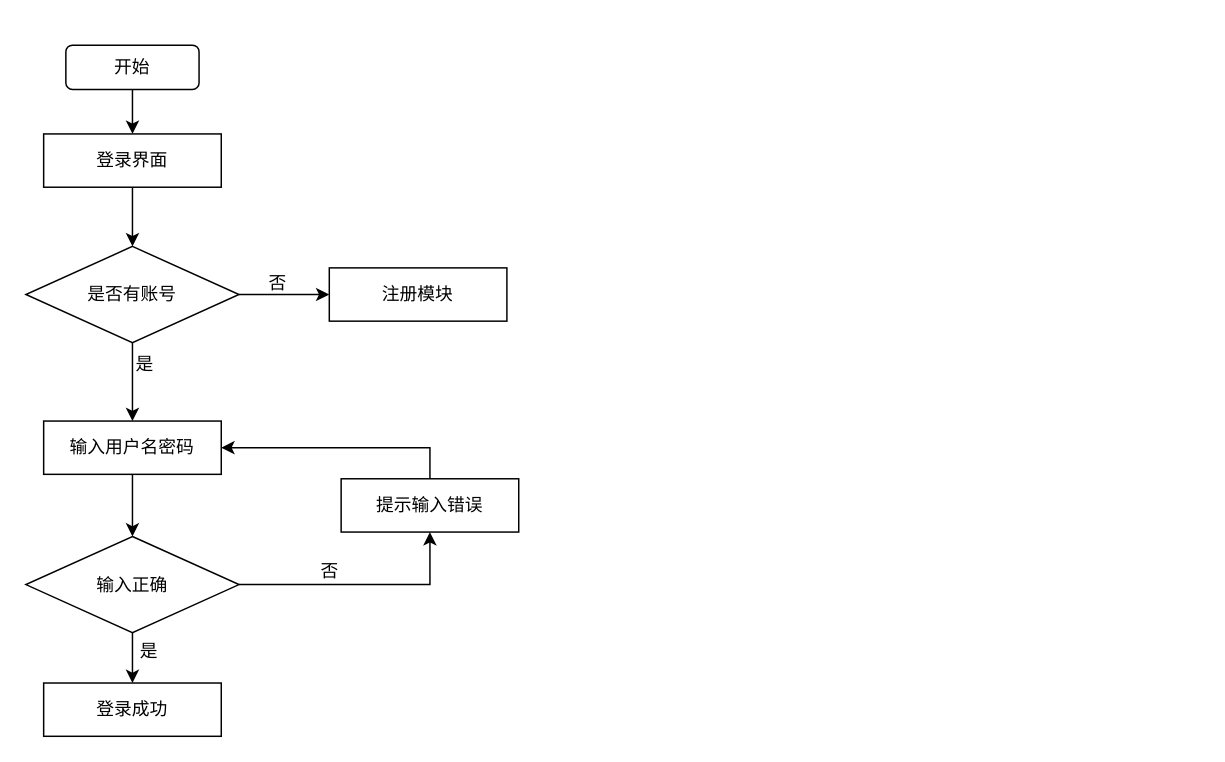
Before: pic/用户注册.drawio in ZYNsama666/Software_engineering, a draw.io diagram. Source tidied: cells renumbered, new cells numbered last; positions are measured from the earlier drawing's top-left corner, leaving out a move shared by most shapes. Both pictures are drawn from the tidied source at 148%, with x=0, y=0 at pixel (25, 44).
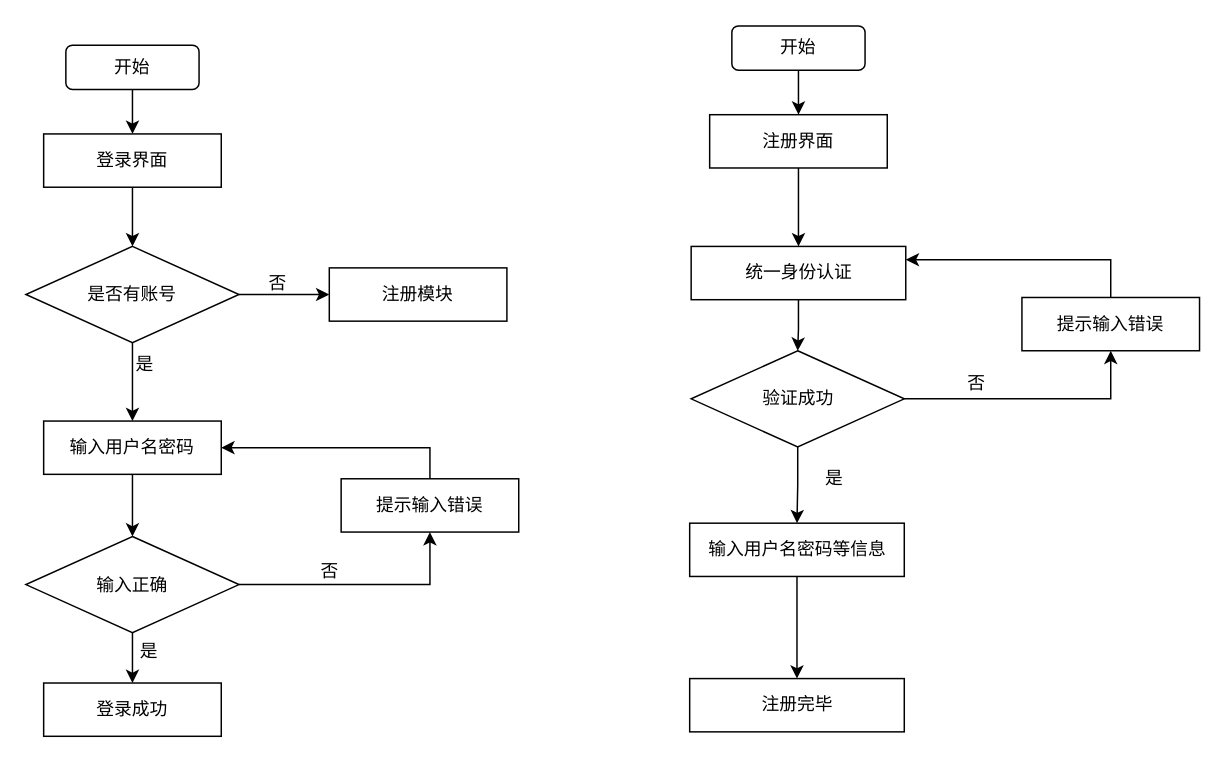
The same page after the edit.

Commit message (it also covers changes not shown here):
更新用户注册.drawio

What changed in the source:
```diff
@@
+    <mxCell id="22" style="edgeStyle=orthogonalEdgeStyle;rounded=0;jettySize=auto;html=1;entryX=0.5;entryY=0;entryDx=0;entryDy=0;" parent="1" edge="1" source="23" target="25">
+      <mxGeometry relative="1" as="geometry" />
+    </mxCell>
+    <mxCell id="23" value="开始" style="rounded=1;whiteSpace=wrap;html=1;" parent="1" vertex="1">
+      <mxGeometry x="477" y="-13" width="90" height="30" as="geometry" />
+    </mxCell>
+    <mxCell id="24" style="edgeStyle=orthogonalEdgeStyle;rounded=0;jettySize=auto;html=1;" parent="1" edge="1" source="25" target="30">
+      <mxGeometry relative="1" as="geometry" />
+    </mxCell>
+    <mxCell id="25" value="注册界面" style="rounded=0;whiteSpace=wrap;html=1;" parent="1" vertex="1">
+      <mxGeometry x="462" y="47" width="120" height="36" as="geometry" />
+    </mxCell>
+    <mxCell id="26" style="edgeStyle=orthogonalEdgeStyle;rounded=0;jettySize=auto;html=1;entryX=0.5;entryY=1;entryDx=0;entryDy=0;" parent="1" edge="1" source="28" target="33">
+      <mxGeometry relative="1" as="geometry" />
+    </mxCell>
+    <mxCell id="27" style="edgeStyle=orthogonalEdgeStyle;rounded=0;jettySize=auto;html=1;entryX=0.5;entryY=0;entryDx=0;entryDy=0;" parent="1" edge="1" source="28" target="37">
+      <mxGeometry relative="1" as="geometry" />
+    </mxCell>
+    <mxCell id="28" value="验证成功" style="rhombus;whiteSpace=wrap;html=1;" parent="1" vertex="1">
+      <mxGeometry x="449.5" y="206.5" width="144" height="65" as="geometry" />
+    </mxCell>
+    <mxCell id="29" style="edgeStyle=orthogonalEdgeStyle;rounded=0;jettySize=auto;html=1;" parent="1" edge="1" source="30" target="28">
+      <mxGeometry relative="1" as="geometry" />
+    </mxCell>
+    <mxCell id="30" value="统一身份认证" style="rounded=0;whiteSpace=wrap;html=1;" parent="1" vertex="1">
+      <mxGeometry x="449.5" y="136" width="145" height="36" as="geometry" />
+    </mxCell>
+    <mxCell id="31" value="注册完毕" style="rounded=0;whiteSpace=wrap;html=1;" parent="1" vertex="1">
+      <mxGeometry x="448.5" y="428" width="145" height="36" as="geometry" />
+    </mxCell>
+    <mxCell id="32" style="edgeStyle=orthogonalEdgeStyle;rounded=0;jettySize=auto;html=1;entryX=1;entryY=0.25;entryDx=0;entryDy=0;" parent="1" edge="1" source="33" target="30">
+      <mxGeometry relative="1" as="geometry">
+        <Array as="points">
+          <mxPoint x="733" y="145" />
+        </Array>
+      </mxGeometry>
+    </mxCell>
+    <mxCell id="33" value="提示输入错误" style="rounded=0;whiteSpace=wrap;html=1;" parent="1" vertex="1">
+      <mxGeometry x="673" y="170.5" width="120" height="36" as="geometry" />
+    </mxCell>
+    <mxCell id="34" value="否" style="text;html=1;align=center;verticalAlign=middle;strokeColor=none;fillColor=none;" parent="1" vertex="1">
+      <mxGeometry x="627" y="216" width="30" height="26" as="geometry" />
+    </mxCell>
+    <mxCell id="35" value="是" style="text;html=1;align=center;verticalAlign=middle;strokeColor=none;fillColor=none;" parent="1" vertex="1">
+      <mxGeometry x="531" y="279.5" width="30" height="26" as="geometry" />
+    </mxCell>
+    <mxCell id="36" style="edgeStyle=orthogonalEdgeStyle;rounded=0;jettySize=auto;html=1;" parent="1" edge="1" source="37" target="31">
+      <mxGeometry relative="1" as="geometry" />
+    </mxCell>
+    <mxCell id="37" value="输入用户名密码等信息" style="rounded=0;whiteSpace=wrap;html=1;" parent="1" vertex="1">
+      <mxGeometry x="448.5" y="323" width="145" height="36" as="geometry" />
+    </mxCell>
```
